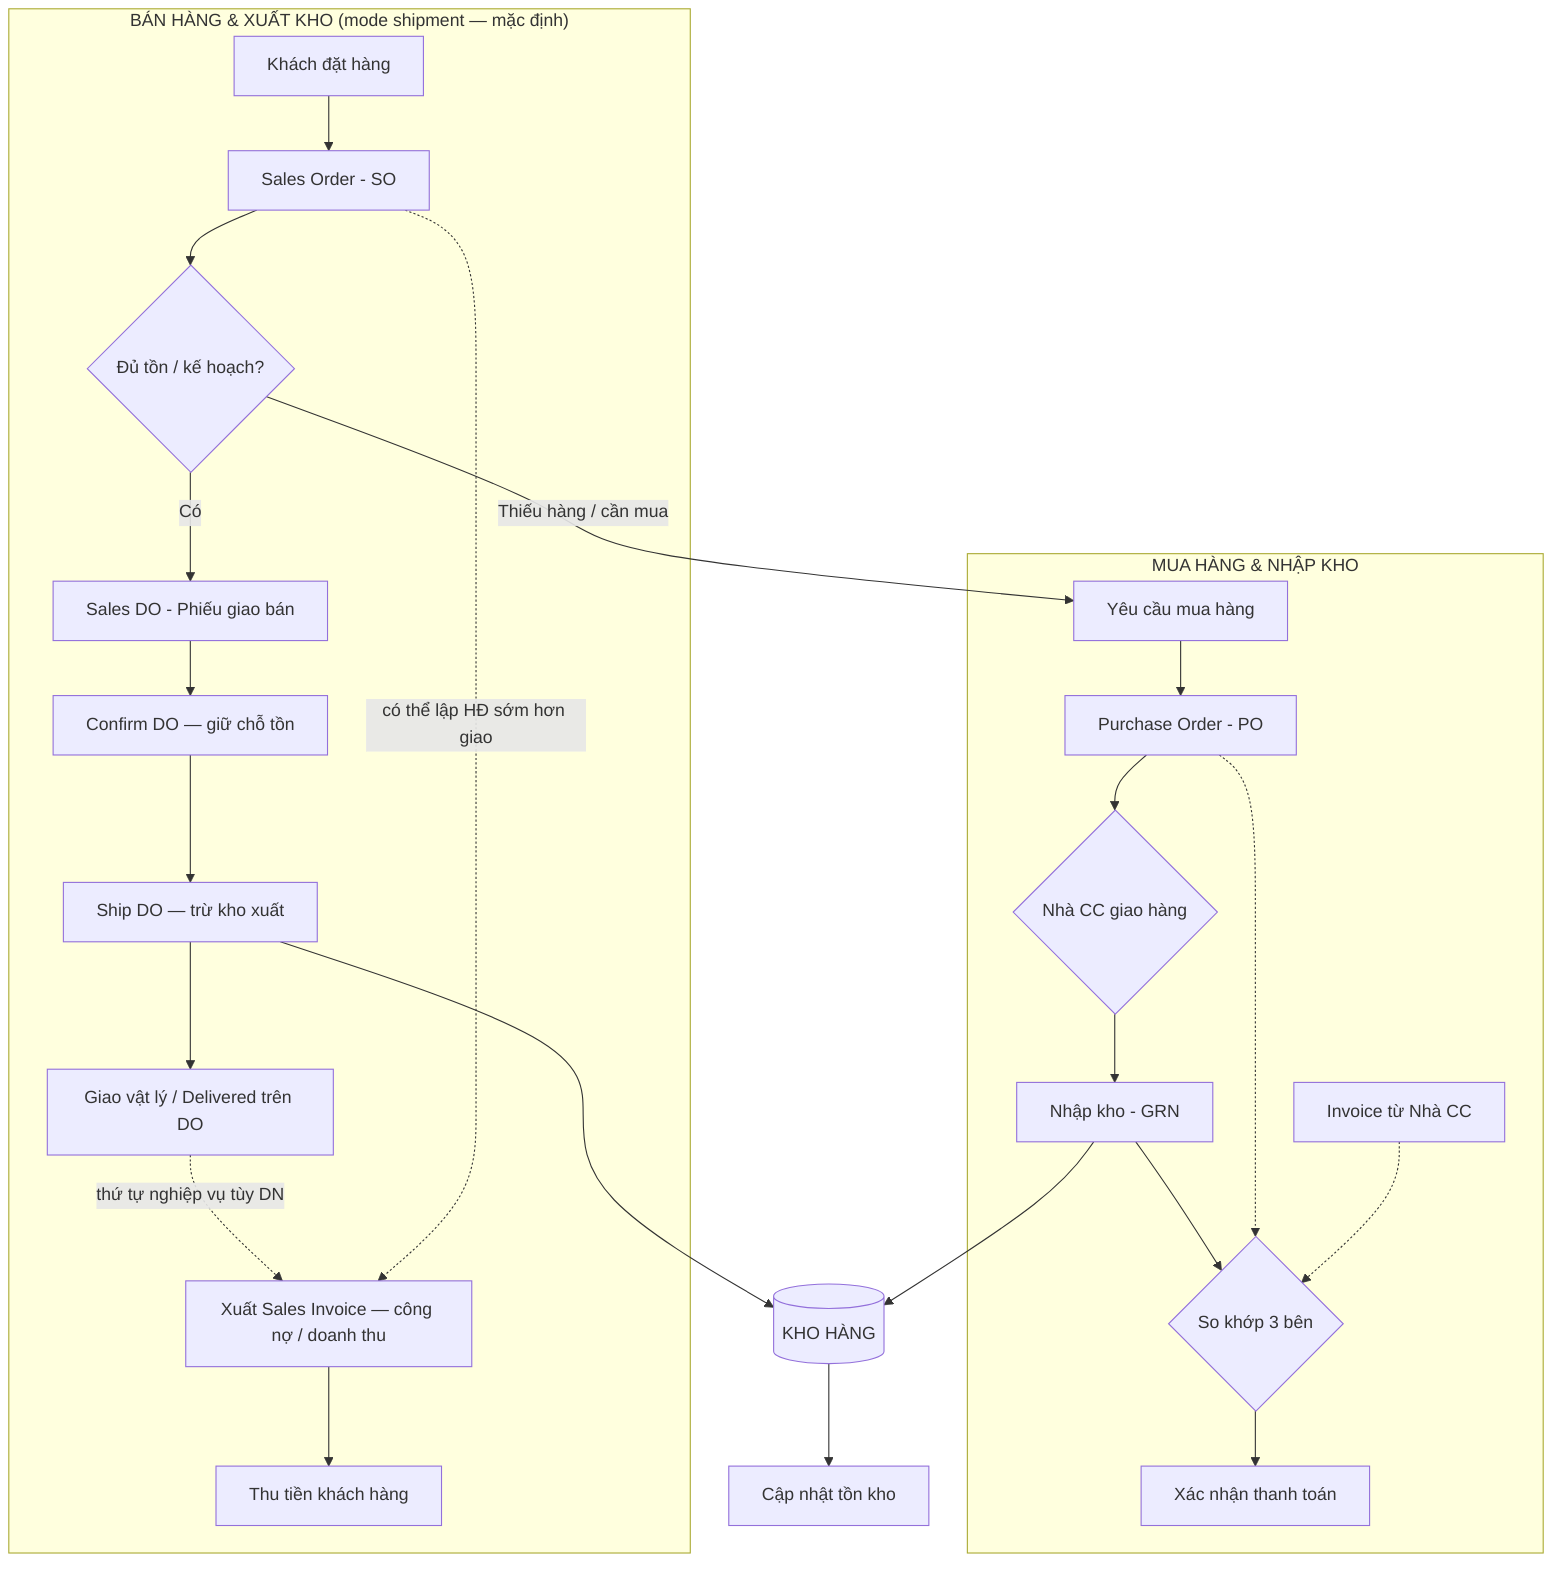
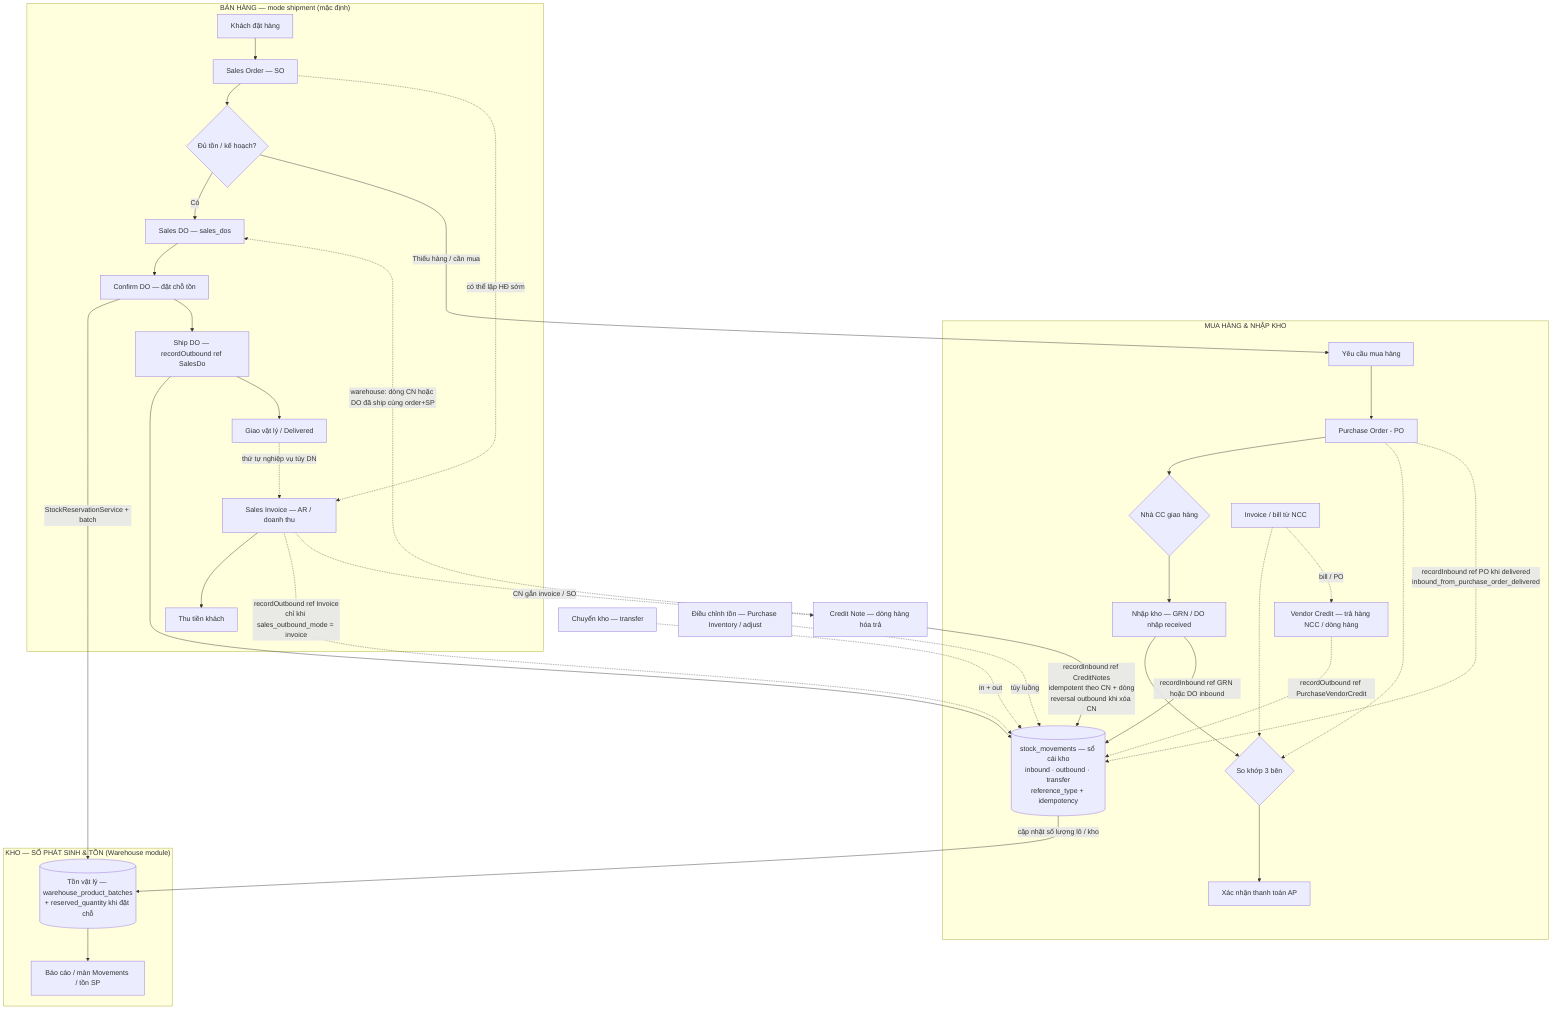
%% End-to-end flow — Craveva staging (2026-04)
- %% Sales stock: default sales_outbound_mode = shipment → trừ kho khi Sales DO **Ship** (không trừ thêm từ Invoice).
- %% Mode `invoice`: xuất kho theo Invoice (không dùng chuỗi DO ship để trừ tồn) — nhánh thay thế, không vẽ chi tiết dưới đây.
+ %% + Lớp StockMovement (sổ cái) và tồn batch — dễ hình dung quan hệ với chứng từ.
+ %% Sales: mặc định sales_outbound_mode = shipment → outbound khi Ship DO (status shipped, SalesDoService::ship).
+ %% Mode invoice: outbound từ Invoice — nhánh nét đứt.
+ %% Mua: PO delivered HOẶC GRN received (grns) — một nguồn nhập chuẩn / tenant; xem QUY_TRINH_PO_DO_SO_INVOICE_WAREHOUSE_VI.md
+ %% Trả hàng mua: Vendor Credit dòng hàng — recordOutbound ref PurchaseVendorCredit (PURCHASE_RETURN_VENDOR_CREDIT_STOCK_VI.md)

graph TD
- %% Khối Mua Hàng (Purchasing)
+ %% --- Mua hàng ---
subgraph "MUA HÀNG & NHẬP KHO"
A[Yêu cầu mua hàng] --> B[Purchase Order - PO]
B --> C{Nhà CC giao hàng}
- C --> D[Nhập kho - GRN]
+ C --> D[Nhập kho — GRN / DO nhập received]
D --> E{So khớp 3 bên}
B -.-> E
- F[Invoice từ Nhà CC] -.-> E
- E --> G[Xác nhận thanh toán]
+ F[Invoice / bill từ NCC] -.-> E
+ E --> G[Xác nhận thanh toán AP]
+ VC[Vendor Credit — trả hàng NCC / dòng hàng] -.->|recordOutbound ref PurchaseVendorCredit| SM
+ F -.->|bill / PO| VC
end

-     %% Khối Kho (Inventory)
-     D --> H[(KHO HÀNG)]
-     H --> I[Cập nhật tồn kho]
+ %% --- Lớp kho kỹ thuật: sổ phát sinh + tồn lô ---
+ subgraph "KHO — SỔ PHÁT SINH & TỒN (Warehouse module)"
+     SM[(stock_movements — sổ cái kho<br/>inbound · outbound · transfer<br/>reference_type + idempotency)]
+     H[(Tồn vật lý — warehouse_product_batches<br/>+ reserved_quantity khi đặt chỗ)]
+     SM -->|cập nhật số lượng lô / kho| H
+     RPT[Báo cáo / màn Movements / tồn SP]
+     H --> RPT
+ end

-     %% Khối Bán Hàng (Sales) — khớp app: Order SO + Sales DO sales_dos + Invoice AR
-     subgraph "BÁN HÀNG & XUẤT KHO (mode shipment — mặc định)"
-         J[Khách đặt hàng] --> K[Sales Order - SO]
-         K --> L{Đủ tồn / kế hoạch?}
-         L -- Có --> M1[Sales DO - Phiếu giao bán]
-         L -- Thiếu hàng / cần mua --> A
-         M1 --> M2[Confirm DO — giữ chỗ tồn]
-         M2 --> M3[Ship DO — trừ kho xuất]
-         M3 --> N[Giao vật lý / Delivered trên DO]
-         N -.->|thứ tự nghiệp vụ tùy DN| O[Xuất Sales Invoice — công nợ / doanh thu]
-         O --> P[Thu tiền khách hàng]
-         K -.->|có thể lập HĐ sớm hơn giao| O
-     end
+ %% Nhập kho: bản ghi inbound (tùy cấu hình công ty)
+ D -->|recordInbound ref GRN hoặc DO inbound| SM
+ B -.->|recordInbound ref PO khi delivered<br/>inbound_from_purchase_order_delivered| SM

-     %% Kết nối kho: xuất bán giảm tồn tại H (khi Ship)
-     M3 --> H
+ %% --- Bán hàng ---
+ subgraph "BÁN HÀNG — mode shipment (mặc định)"
+ J[Khách đặt hàng] --> K[Sales Order — SO]
+ K --> L{Đủ tồn / kế hoạch?}
+ L -- Có --> M1[Sales DO — sales_dos]
+ L -- Thiếu hàng / cần mua --> A
+ M1 --> M2[Confirm DO — đặt chỗ tồn]
+ M2 -->|StockReservationService + batch| H
+ M2 --> M3[Ship DO — recordOutbound ref SalesDo]
+ M3 --> SM
+ M3 --> N[Giao vật lý / Delivered]
+ N -.->|thứ tự nghiệp vụ tùy DN| O[Sales Invoice — AR / doanh thu]
+ O --> P[Thu tiền khách]
+ K -.->|có thể lập HĐ sớm| O
+ end
+ 
+ %% Outbound từ HĐ chỉ khi mode invoice (tránh trùng với shipment)
+ O -.->|recordOutbound ref Invoice<br/>chỉ khi sales_outbound_mode = invoice| SM
+ 
+ %% Trả hàng bán — Credit Note (reverse logistics)
+ CN[Credit Note — dòng hàng hóa trả] -->|recordInbound ref CreditNotes<br/>idempotent theo CN + dòng<br/>reversal outbound khi xóa CN| SM
+ O -.->|CN gắn invoice / SO| CN
+ CN -.->|warehouse: dòng CN hoặc DO đã ship cùng order+SP| M1
+ 
+ %% Bổ sung quan hệ khác (nét đứt — có trong hệ thống, không vẽ hết chi tiết)
+ XFR[Chuyển kho — transfer] -.->|in + out| SM
+ ADJ[Điều chỉnh tồn — Purchase Inventory / adjust] -.->|tùy luồng| SM
